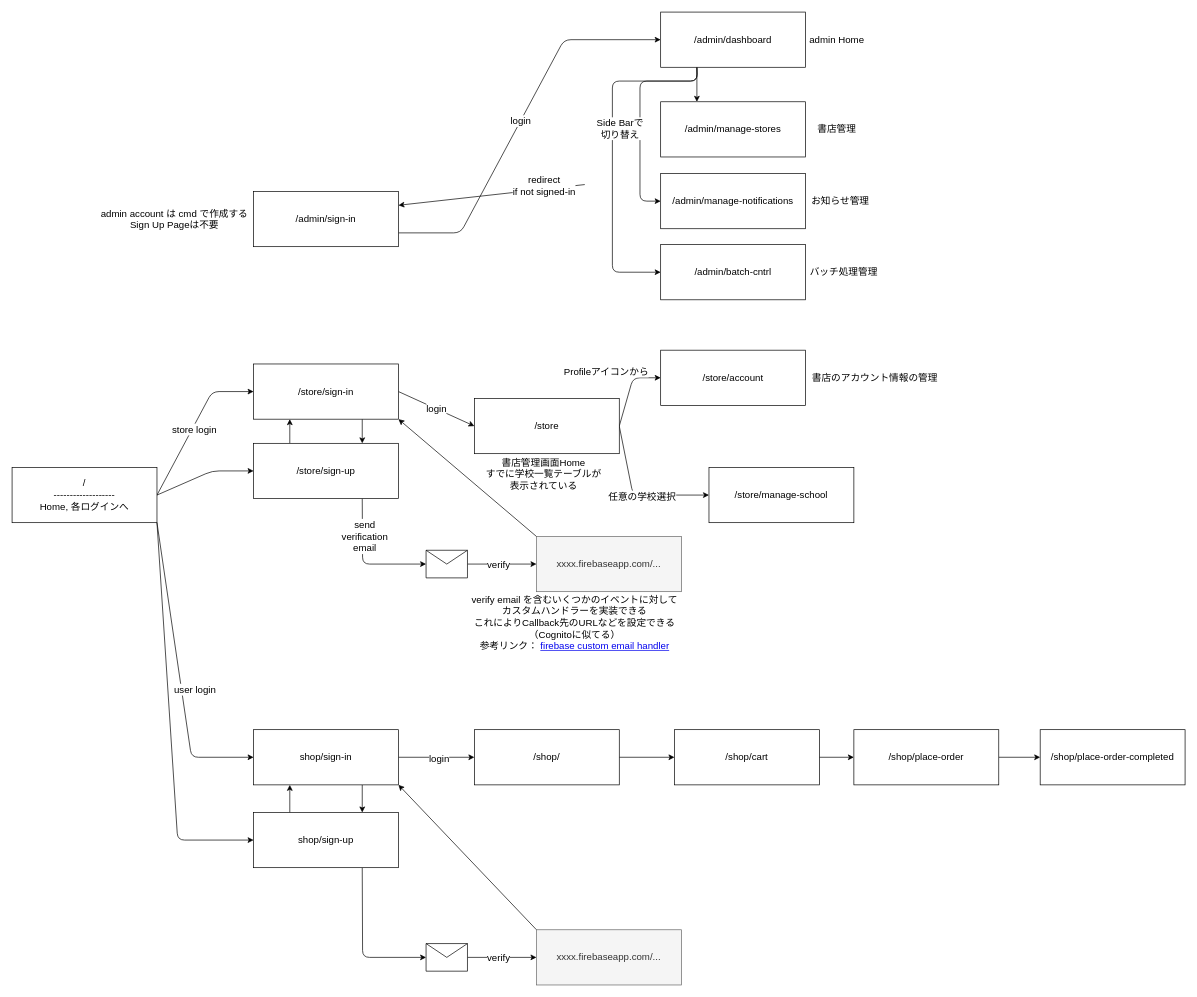
This is docs/sitemap.drawio from sota0121/ec-sample, a draw.io file, before an edit. Source tidied: cells renumbered, new cells numbered last; positions are measured from the earlier drawing's top-left corner, leaving out a move shared by most shapes. Both pictures are drawn from the tidied source at 69%, with x=0, y=0 at pixel (12, 12).
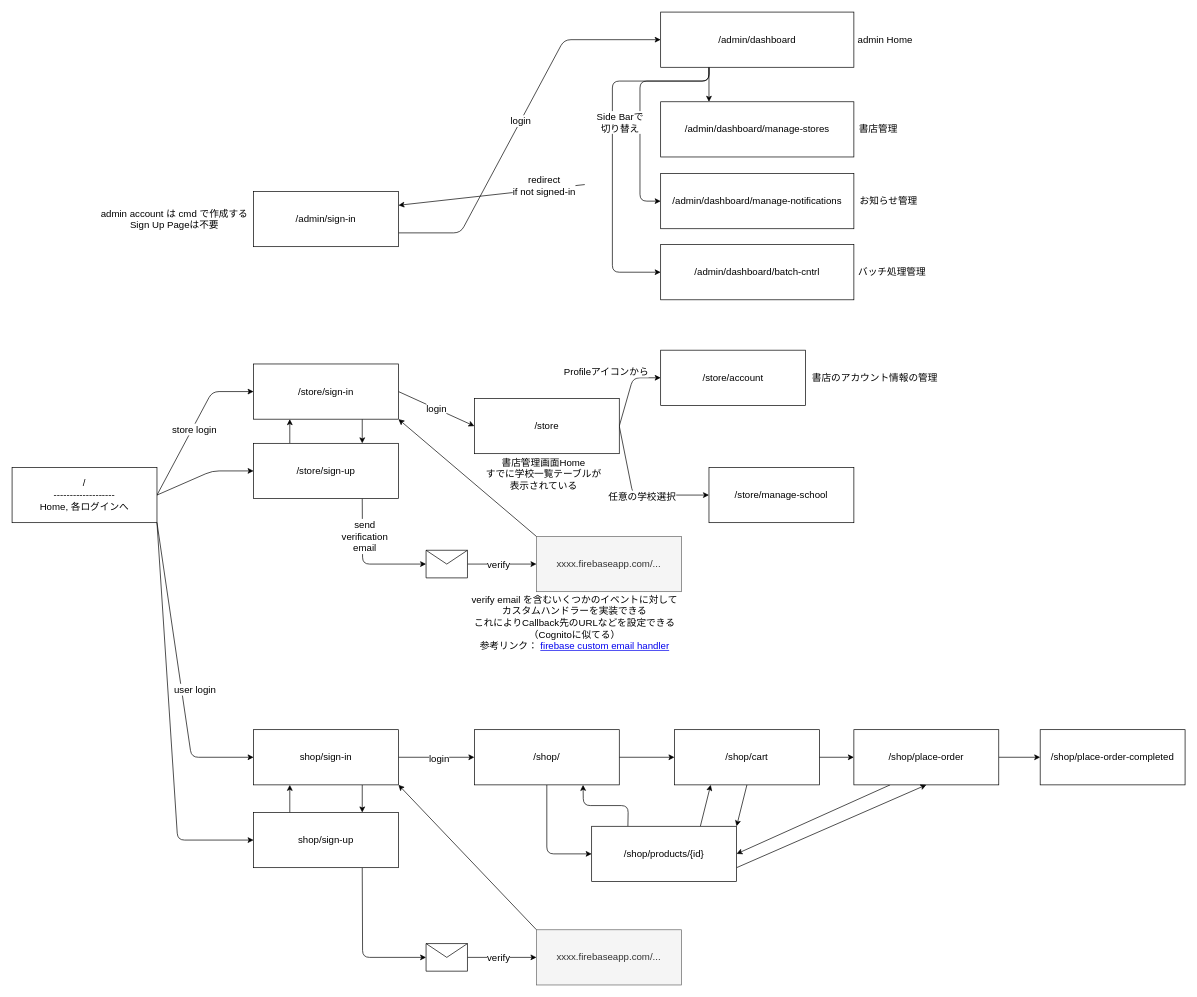
The same diagram, later.

Commit message (it also covers changes not shown here):
Add admin page (sckelton)

Unchanged cells that the change refers to:
```xml
<mxCell id="25" value="/shop/" style="rounded=0;whiteSpace=wrap;html=1;fontSize=14;" parent="1" vertex="1">
  <mxGeometry x="670" y="1040" width="210" height="80" as="geometry" />
</mxCell>
<mxCell id="53" value="/shop/cart" style="rounded=0;whiteSpace=wrap;html=1;fontSize=14;" parent="1" vertex="1">
  <mxGeometry x="960" y="1040" width="210" height="80" as="geometry" />
</mxCell>
<mxCell id="55" value="/shop/place-order" style="rounded=0;whiteSpace=wrap;html=1;fontSize=14;" parent="1" vertex="1">
  <mxGeometry x="1220" y="1040" width="210" height="80" as="geometry" />
</mxCell>
```

Diff of the diagram source:
```diff
@@
+    <mxCell id="68" style="edgeStyle=none;html=1;exitX=0.5;exitY=1;exitDx=0;exitDy=0;entryX=0;entryY=0.5;entryDx=0;entryDy=0;fontSize=14;" parent="1" edge="1" source="25" target="74">
+      <mxGeometry relative="1" as="geometry">
+        <Array as="points">
+          <mxPoint x="775" y="1220" />
+        </Array>
+      </mxGeometry>
+    </mxCell>
@@
     <mxCell id="32" style="edgeStyle=none;html=1;exitX=0.25;exitY=1;exitDx=0;exitDy=0;entryX=0;entryY=0.5;entryDx=0;entryDy=0;fontSize=14;" parent="1" edge="1" source="35" target="37">
       <mxGeometry relative="1" as="geometry">
         <Array as="points">
-          <mxPoint x="993" y="100" />
+          <mxPoint x="1010" y="100" />
           <mxPoint x="910" y="100" />
           <mxPoint x="910" y="274" />
         </Array>
       </mxGeometry>
     </mxCell>
     <mxCell id="33" style="edgeStyle=none;html=1;exitX=0.25;exitY=1;exitDx=0;exitDy=0;entryX=0;entryY=0.5;entryDx=0;entryDy=0;fontSize=14;" parent="1" edge="1" source="35" target="38">
       <mxGeometry relative="1" as="geometry">
         <Array as="points">
-          <mxPoint x="993" y="100" />
+          <mxPoint x="1010" y="100" />
           <mxPoint x="870" y="100" />
           <mxPoint x="870" y="377" />
         </Array>
       </mxGeometry>
     </mxCell>
@@
     <mxCell id="35" value="/admin/dashboard" style="rounded=0;whiteSpace=wrap;html=1;fontSize=14;" parent="1" vertex="1">
-      <mxGeometry x="940" width="210" height="80" as="geometry" />
+      <mxGeometry x="940" width="280" height="80" as="geometry" />
     </mxCell>
-    <mxCell id="36" value="/admin/manage-stores" style="rounded=0;whiteSpace=wrap;html=1;fontSize=14;" parent="1" vertex="1">
-      <mxGeometry x="940" y="130" width="210" height="80" as="geometry" />
+    <mxCell id="36" value="/admin/dashboard/manage-stores" style="rounded=0;whiteSpace=wrap;html=1;fontSize=14;" parent="1" vertex="1">
+      <mxGeometry x="940" y="130" width="280" height="80" as="geometry" />
     </mxCell>
-    <mxCell id="37" value="/admin/manage-notifications" style="rounded=0;whiteSpace=wrap;html=1;fontSize=14;" parent="1" vertex="1">
-      <mxGeometry x="940" y="234" width="210" height="80" as="geometry" />
+    <mxCell id="37" value="/admin/dashboard/manage-notifications" style="rounded=0;whiteSpace=wrap;html=1;fontSize=14;" parent="1" vertex="1">
+      <mxGeometry x="940" y="234" width="280" height="80" as="geometry" />
     </mxCell>
-    <mxCell id="38" value="/admin/batch-cntrl" style="rounded=0;whiteSpace=wrap;html=1;fontSize=14;" parent="1" vertex="1">
-      <mxGeometry x="940" y="337" width="210" height="80" as="geometry" />
+    <mxCell id="38" value="/admin/dashboard/batch-cntrl" style="rounded=0;whiteSpace=wrap;html=1;fontSize=14;" parent="1" vertex="1">
+      <mxGeometry x="940" y="337" width="280" height="80" as="geometry" />
     </mxCell>
     <mxCell id="39" value="admin Home" style="text;html=1;align=center;verticalAlign=middle;strokeColor=none;fillColor=none;fontSize=14;" parent="1" vertex="1">
-      <mxGeometry x="1150" y="30" width="90" height="20" as="geometry" />
+      <mxGeometry x="1220" y="30" width="90" height="20" as="geometry" />
     </mxCell>
     <mxCell id="40" value="書店管理" style="text;html=1;align=center;verticalAlign=middle;strokeColor=none;fillColor=none;fontSize=14;" parent="1" vertex="1">
-      <mxGeometry x="1160" y="160" width="70" height="20" as="geometry" />
+      <mxGeometry x="1220" y="160" width="70" height="20" as="geometry" />
     </mxCell>
     <mxCell id="41" value="お知らせ管理" style="text;html=1;align=center;verticalAlign=middle;strokeColor=none;fillColor=none;fontSize=14;" parent="1" vertex="1">
-      <mxGeometry x="1150" y="264" width="100" height="20" as="geometry" />
+      <mxGeometry x="1220" y="264" width="100" height="20" as="geometry" />
     </mxCell>
     <mxCell id="42" value="バッチ処理管理" style="text;html=1;align=center;verticalAlign=middle;strokeColor=none;fillColor=none;fontSize=14;" parent="1" vertex="1">
-      <mxGeometry x="1150" y="367" width="110" height="20" as="geometry" />
+      <mxGeometry x="1220" y="367" width="110" height="20" as="geometry" />
     </mxCell>
@@
+    <mxCell id="69" style="edgeStyle=none;html=1;exitX=0.5;exitY=1;exitDx=0;exitDy=0;entryX=1;entryY=0;entryDx=0;entryDy=0;fontSize=14;" parent="1" edge="1" source="53" target="74">
+      <mxGeometry relative="1" as="geometry" />
+    </mxCell>
@@
+    <mxCell id="70" style="edgeStyle=none;html=1;exitX=0.25;exitY=1;exitDx=0;exitDy=0;entryX=1;entryY=0.5;entryDx=0;entryDy=0;fontSize=14;" parent="1" edge="1" source="55" target="74">
+      <mxGeometry relative="1" as="geometry" />
+    </mxCell>
@@
+    <mxCell id="71" style="edgeStyle=none;html=1;exitX=0.25;exitY=0;exitDx=0;exitDy=0;entryX=0.75;entryY=1;entryDx=0;entryDy=0;fontSize=14;" parent="1" edge="1" source="74" target="25">
+      <mxGeometry relative="1" as="geometry">
+        <Array as="points">
+          <mxPoint x="893" y="1150" />
+          <mxPoint x="828" y="1150" />
+        </Array>
+      </mxGeometry>
+    </mxCell>
+    <mxCell id="72" style="edgeStyle=none;html=1;exitX=0.75;exitY=0;exitDx=0;exitDy=0;entryX=0.25;entryY=1;entryDx=0;entryDy=0;fontSize=14;" parent="1" edge="1" source="74" target="53">
+      <mxGeometry relative="1" as="geometry" />
+    </mxCell>
+    <mxCell id="73" style="edgeStyle=none;html=1;exitX=1;exitY=0.75;exitDx=0;exitDy=0;entryX=0.5;entryY=1;entryDx=0;entryDy=0;fontSize=14;" parent="1" edge="1" source="74" target="55">
+      <mxGeometry relative="1" as="geometry" />
+    </mxCell>
+    <mxCell id="74" value="/shop/products/{id}" style="rounded=0;whiteSpace=wrap;html=1;fontSize=14;" parent="1" vertex="1">
+      <mxGeometry x="840" y="1180" width="210" height="80" as="geometry" />
+    </mxCell>
```
